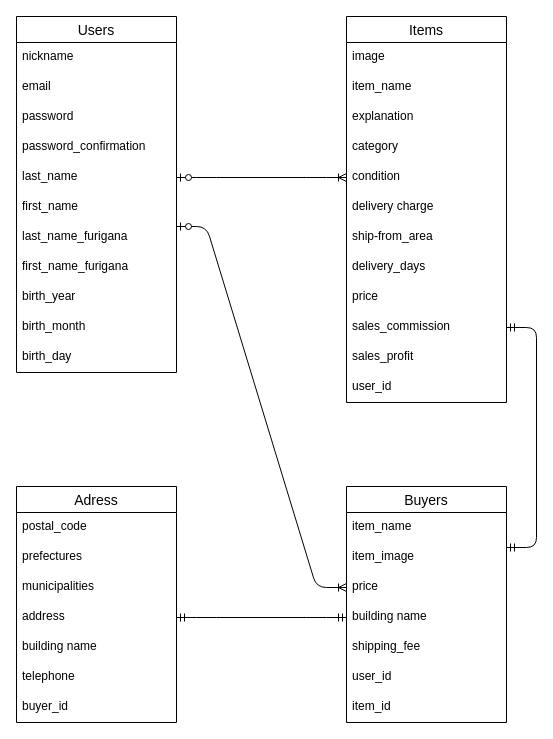
yokomixi1031/furima-37214 keeps this draw.io diagram as test.dio. Above is the earlier version. Source tidied: cells renumbered, new cells numbered last; positions are measured from the earlier drawing's top-left corner, leaving out a move shared by most shapes. Both pictures are drawn from the tidied source at 100%, with x=0, y=0 at pixel (16, 16).
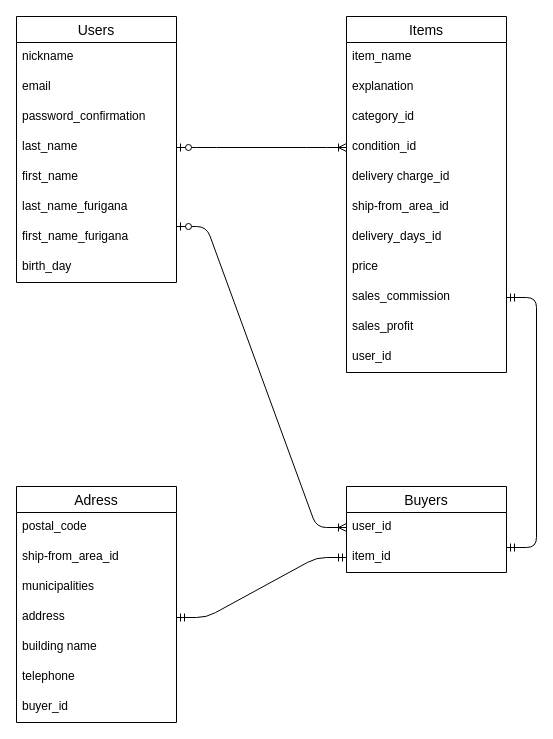
Above is the later version.

Unchanged cells that the change refers to:
```xml
<mxCell id="27" value="Adress" style="swimlane;fontStyle=0;horizontal=1;startSize=26;align=center;fontSize=14;" parent="1" vertex="1">
  <mxGeometry y="470" width="160" height="236" as="geometry" />
</mxCell>
<mxCell id="31" value="address" style="text;strokeColor=none;fillColor=none;spacingLeft=4;spacingRight=4;overflow=hidden;points=[[0,0.5],[1,0.5]];portConstraint=eastwest;fontSize=12;" parent="27" vertex="1">
  <mxGeometry y="116" width="160" height="30" as="geometry" />
</mxCell>
```

Change to the diagram source:
```diff
@@
     <mxCell id="2" value="Users" style="swimlane;fontStyle=0;horizontal=1;startSize=26;align=center;fontSize=14;" parent="1" vertex="1">
-      <mxGeometry width="160" height="356" as="geometry" />
+      <mxGeometry width="160" height="266" as="geometry" />
     </mxCell>
@@
-    <mxCell id="5" value="password" style="text;strokeColor=none;fillColor=none;spacingLeft=4;spacingRight=4;overflow=hidden;fontSize=12;" parent="2" vertex="1">
-      <mxGeometry y="86" width="160" height="30" as="geometry" />
-    </mxCell>
     <mxCell id="6" value="password_confirmation" style="text;strokeColor=none;fillColor=none;spacingLeft=4;spacingRight=4;overflow=hidden;fontSize=12;" parent="2" vertex="1">
-      <mxGeometry y="116" width="160" height="30" as="geometry" />
+      <mxGeometry y="86" width="160" height="30" as="geometry" />
     </mxCell>
     <mxCell id="7" value="last_name" style="text;strokeColor=none;fillColor=none;spacingLeft=4;spacingRight=4;overflow=hidden;points=[[0,0.5],[1,0.5]];portConstraint=eastwest;fontSize=12;" parent="2" vertex="1">
-      <mxGeometry y="146" width="160" height="30" as="geometry" />
+      <mxGeometry y="116" width="160" height="30" as="geometry" />
     </mxCell>
     <mxCell id="8" value="first_name" style="text;strokeColor=none;fillColor=none;spacingLeft=4;spacingRight=4;overflow=hidden;fontSize=12;" parent="2" vertex="1">
-      <mxGeometry y="176" width="160" height="30" as="geometry" />
+      <mxGeometry y="146" width="160" height="30" as="geometry" />
     </mxCell>
     <mxCell id="9" value="last_name_furigana" style="text;strokeColor=none;fillColor=none;spacingLeft=4;spacingRight=4;overflow=hidden;fontSize=12;" parent="2" vertex="1">
-      <mxGeometry y="206" width="160" height="30" as="geometry" />
+      <mxGeometry y="176" width="160" height="30" as="geometry" />
     </mxCell>
     <mxCell id="10" value="first_name_furigana" style="text;strokeColor=none;fillColor=none;spacingLeft=4;spacingRight=4;overflow=hidden;fontSize=12;" parent="2" vertex="1">
-      <mxGeometry y="236" width="160" height="30" as="geometry" />
+      <mxGeometry y="206" width="160" height="30" as="geometry" />
     </mxCell>
-    <mxCell id="11" value="birth_year" style="text;strokeColor=none;fillColor=none;spacingLeft=4;spacingRight=4;overflow=hidden;fontSize=12;" parent="2" vertex="1">
-      <mxGeometry y="266" width="160" height="30" as="geometry" />
-    </mxCell>
-    <mxCell id="12" value="birth_month" style="text;strokeColor=none;fillColor=none;spacingLeft=4;spacingRight=4;overflow=hidden;fontSize=12;" parent="2" vertex="1">
-      <mxGeometry y="296" width="160" height="30" as="geometry" />
-    </mxCell>
     <mxCell id="13" value="birth_day" style="text;strokeColor=none;fillColor=none;spacingLeft=4;spacingRight=4;overflow=hidden;fontSize=12;" parent="2" vertex="1">
-      <mxGeometry y="326" width="160" height="30" as="geometry" />
+      <mxGeometry y="236" width="160" height="30" as="geometry" />
     </mxCell>
     <mxCell id="14" value="Items" style="swimlane;fontStyle=0;horizontal=1;startSize=26;align=center;fontSize=14;" parent="1" vertex="1">
-      <mxGeometry x="330" width="160" height="386" as="geometry" />
+      <mxGeometry x="330" width="160" height="356" as="geometry" />
     </mxCell>
-    <mxCell id="15" value="image" style="text;strokeColor=none;fillColor=none;spacingLeft=4;spacingRight=4;overflow=hidden;fontSize=12;" parent="14" vertex="1">
-      <mxGeometry y="26" width="160" height="30" as="geometry" />
-    </mxCell>
     <mxCell id="16" value="item_name" style="text;strokeColor=none;fillColor=none;spacingLeft=4;spacingRight=4;overflow=hidden;fontSize=12;" parent="14" vertex="1">
-      <mxGeometry y="56" width="160" height="30" as="geometry" />
+      <mxGeometry y="26" width="160" height="30" as="geometry" />
     </mxCell>
     <mxCell id="17" value="explanation" style="text;strokeColor=none;fillColor=none;spacingLeft=4;spacingRight=4;overflow=hidden;fontSize=12;" parent="14" vertex="1">
-      <mxGeometry y="86" width="160" height="30" as="geometry" />
+      <mxGeometry y="56" width="160" height="30" as="geometry" />
     </mxCell>
-    <mxCell id="18" value="category" style="text;strokeColor=none;fillColor=none;spacingLeft=4;spacingRight=4;overflow=hidden;fontSize=12;" parent="14" vertex="1">
-      <mxGeometry y="116" width="160" height="30" as="geometry" />
+    <mxCell id="18" value="category_id" style="text;strokeColor=none;fillColor=none;spacingLeft=4;spacingRight=4;overflow=hidden;fontSize=12;" parent="14" vertex="1">
+      <mxGeometry y="86" width="160" height="30" as="geometry" />
     </mxCell>
-    <mxCell id="19" value="condition" style="text;strokeColor=none;fillColor=none;spacingLeft=4;spacingRight=4;overflow=hidden;points=[[0,0.5],[1,0.5]];portConstraint=eastwest;fontSize=12;" parent="14" vertex="1">
-      <mxGeometry y="146" width="160" height="30" as="geometry" />
+    <mxCell id="19" value="condition_id" style="text;strokeColor=none;fillColor=none;spacingLeft=4;spacingRight=4;overflow=hidden;points=[[0,0.5],[1,0.5]];portConstraint=eastwest;fontSize=12;" parent="14" vertex="1">
+      <mxGeometry y="116" width="160" height="30" as="geometry" />
     </mxCell>
-    <mxCell id="20" value="delivery charge" style="text;strokeColor=none;fillColor=none;spacingLeft=4;spacingRight=4;overflow=hidden;fontSize=12;" parent="14" vertex="1">
-      <mxGeometry y="176" width="160" height="30" as="geometry" />
+    <mxCell id="20" value="delivery charge_id" style="text;strokeColor=none;fillColor=none;spacingLeft=4;spacingRight=4;overflow=hidden;fontSize=12;" parent="14" vertex="1">
+      <mxGeometry y="146" width="160" height="30" as="geometry" />
     </mxCell>
-    <mxCell id="21" value="ship-from_area" style="text;strokeColor=none;fillColor=none;spacingLeft=4;spacingRight=4;overflow=hidden;fontSize=12;" parent="14" vertex="1">
-      <mxGeometry y="206" width="160" height="30" as="geometry" />
+    <mxCell id="21" value="ship-from_area_id" style="text;strokeColor=none;fillColor=none;spacingLeft=4;spacingRight=4;overflow=hidden;fontSize=12;" parent="14" vertex="1">
+      <mxGeometry y="176" width="160" height="30" as="geometry" />
     </mxCell>
-    <mxCell id="22" value="delivery_days" style="text;strokeColor=none;fillColor=none;spacingLeft=4;spacingRight=4;overflow=hidden;fontSize=12;" parent="14" vertex="1">
-      <mxGeometry y="236" width="160" height="30" as="geometry" />
+    <mxCell id="22" value="delivery_days_id" style="text;strokeColor=none;fillColor=none;spacingLeft=4;spacingRight=4;overflow=hidden;fontSize=12;" parent="14" vertex="1">
+      <mxGeometry y="206" width="160" height="30" as="geometry" />
     </mxCell>
     <mxCell id="23" value="price" style="text;strokeColor=none;fillColor=none;spacingLeft=4;spacingRight=4;overflow=hidden;fontSize=12;" parent="14" vertex="1">
-      <mxGeometry y="266" width="160" height="30" as="geometry" />
+      <mxGeometry y="236" width="160" height="30" as="geometry" />
     </mxCell>
     <mxCell id="24" value="sales_commission" style="text;strokeColor=none;fillColor=none;spacingLeft=4;spacingRight=4;overflow=hidden;points=[[0,0.5],[1,0.5]];portConstraint=eastwest;fontSize=12;" parent="14" vertex="1">
-      <mxGeometry y="296" width="160" height="30" as="geometry" />
+      <mxGeometry y="266" width="160" height="30" as="geometry" />
     </mxCell>
     <mxCell id="25" value="sales_profit" style="text;strokeColor=none;fillColor=none;spacingLeft=4;spacingRight=4;overflow=hidden;fontSize=12;" parent="14" vertex="1">
-      <mxGeometry y="326" width="160" height="30" as="geometry" />
+      <mxGeometry y="296" width="160" height="30" as="geometry" />
     </mxCell>
     <mxCell id="26" value="user_id" style="text;strokeColor=none;fillColor=none;spacingLeft=4;spacingRight=4;overflow=hidden;fontSize=12;" parent="14" vertex="1">
-      <mxGeometry y="356" width="160" height="30" as="geometry" />
+      <mxGeometry y="326" width="160" height="30" as="geometry" />
     </mxCell>
@@
-    <mxCell id="29" value="prefectures" style="text;strokeColor=none;fillColor=none;spacingLeft=4;spacingRight=4;overflow=hidden;fontSize=12;" parent="27" vertex="1">
+    <mxCell id="29" value="ship-from_area_id" style="text;strokeColor=none;fillColor=none;spacingLeft=4;spacingRight=4;overflow=hidden;fontSize=12;" parent="27" vertex="1">
       <mxGeometry y="56" width="160" height="30" as="geometry" />
     </mxCell>
@@
     <mxCell id="35" value="Buyers" style="swimlane;fontStyle=0;horizontal=1;startSize=26;align=center;fontSize=14;" parent="1" vertex="1">
-      <mxGeometry x="330" y="470" width="160" height="236" as="geometry" />
+      <mxGeometry x="330" y="470" width="160" height="86" as="geometry" />
     </mxCell>
-    <mxCell id="36" value="item_name" style="text;strokeColor=none;fillColor=none;spacingLeft=4;spacingRight=4;overflow=hidden;fontSize=12;" parent="35" vertex="1">
-      <mxGeometry y="26" width="160" height="30" as="geometry" />
-    </mxCell>
-    <mxCell id="37" value="item_image" style="text;strokeColor=none;fillColor=none;spacingLeft=4;spacingRight=4;overflow=hidden;fontSize=12;" parent="35" vertex="1">
-      <mxGeometry y="56" width="160" height="30" as="geometry" />
-    </mxCell>
-    <mxCell id="38" value="price" style="text;strokeColor=none;fillColor=none;spacingLeft=4;spacingRight=4;overflow=hidden;points=[[0,0.5],[1,0.5]];portConstraint=eastwest;fontSize=12;" parent="35" vertex="1">
-      <mxGeometry y="86" width="160" height="30" as="geometry" />
-    </mxCell>
-    <mxCell id="39" value="building name" style="text;strokeColor=none;fillColor=none;spacingLeft=4;spacingRight=4;overflow=hidden;points=[[0,0.5],[1,0.5]];portConstraint=eastwest;fontSize=12;" parent="35" vertex="1">
-      <mxGeometry y="116" width="160" height="30" as="geometry" />
-    </mxCell>
-    <mxCell id="40" value="shipping_fee " style="text;strokeColor=none;fillColor=none;spacingLeft=4;spacingRight=4;overflow=hidden;fontSize=12;" parent="35" vertex="1">
-      <mxGeometry y="146" width="160" height="30" as="geometry" />
-    </mxCell>
     <mxCell id="41" value="user_id" style="text;strokeColor=none;fillColor=none;spacingLeft=4;spacingRight=4;overflow=hidden;fontSize=12;" parent="35" vertex="1">
-      <mxGeometry y="176" width="160" height="30" as="geometry" />
+      <mxGeometry y="26" width="160" height="30" as="geometry" />
     </mxCell>
     <mxCell id="42" value="item_id" style="text;strokeColor=none;fillColor=none;spacingLeft=4;spacingRight=4;overflow=hidden;fontSize=12;" parent="35" vertex="1">
-      <mxGeometry y="206" width="160" height="30" as="geometry" />
+      <mxGeometry y="56" width="160" height="30" as="geometry" />
     </mxCell>
@@
-    <mxCell id="44" style="edgeStyle=entityRelationEdgeStyle;fontSize=12;html=1;endArrow=ERoneToMany;startArrow=ERzeroToOne;elbow=vertical;exitX=1;exitY=0.5;exitDx=0;exitDy=0;entryX=0;entryY=0.5;entryDx=0;entryDy=0;" parent="1" edge="1" target="38">
+    <mxCell id="44" style="edgeStyle=entityRelationEdgeStyle;fontSize=12;html=1;endArrow=ERoneToMany;startArrow=ERzeroToOne;elbow=vertical;exitX=1;exitY=0.5;exitDx=0;exitDy=0;entryX=0;entryY=0.5;entryDx=0;entryDy=0;" parent="1" edge="1">
       <mxGeometry relative="1" as="geometry">
         <mxPoint x="160" y="210" as="sourcePoint" />
+        <mxPoint x="330" y="511" as="targetPoint" />
       </mxGeometry>
     </mxCell>
@@
-    <mxCell id="46" style="edgeStyle=entityRelationEdgeStyle;fontSize=12;html=1;endArrow=ERmandOne;startArrow=ERmandOne;elbow=vertical;entryX=0;entryY=0.5;entryDx=0;entryDy=0;exitX=1;exitY=0.5;exitDx=0;exitDy=0;" parent="1" edge="1" source="31" target="39">
-      <mxGeometry relative="1" as="geometry" />
+    <mxCell id="46" style="edgeStyle=entityRelationEdgeStyle;fontSize=12;html=1;endArrow=ERmandOne;startArrow=ERmandOne;elbow=vertical;exitX=1;exitY=0.5;exitDx=0;exitDy=0;" parent="1" edge="1" source="31">
+      <mxGeometry relative="1" as="geometry">
+        <mxPoint x="330" y="541" as="targetPoint" />
+      </mxGeometry>
     </mxCell>
```
